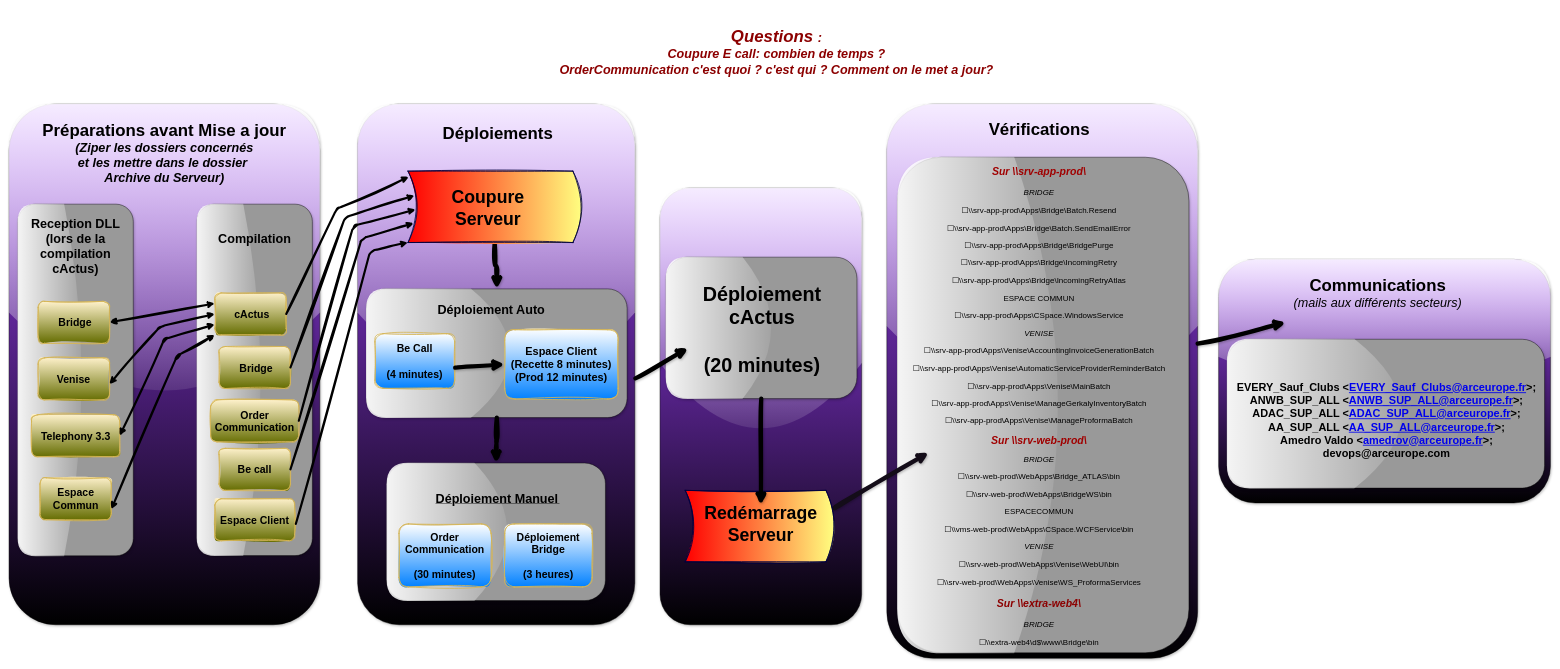
Above: Suivi MEP.drawio in MarcSyndrome/Objectif-du-jour-ARC-EF (draw.io), before the change. Source tidied: cells renumbered, new cells numbered last; positions are measured from the earlier drawing's top-left corner, leaving out a move shared by most shapes. Both pictures are drawn from the tidied source at 42%, with x=0, y=0 at pixel (-100, 7).
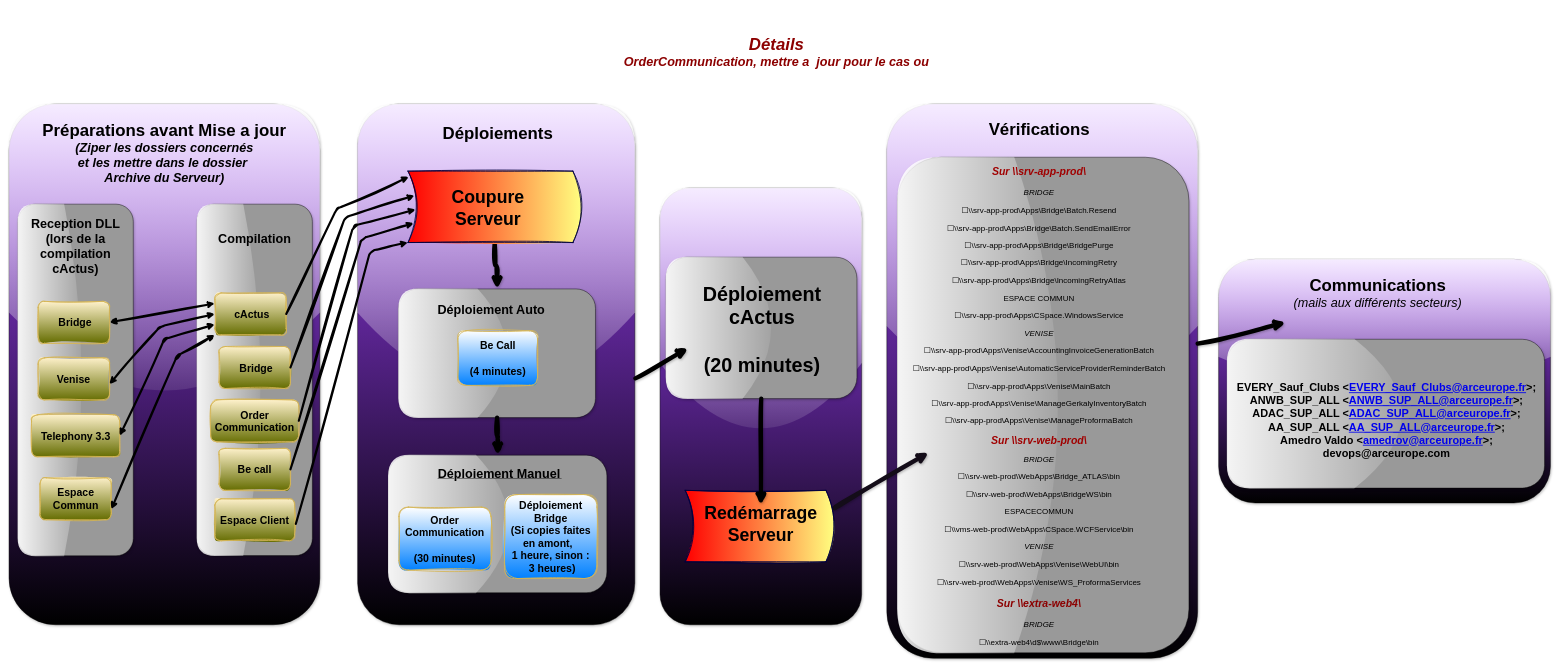
After the change.

Commit message (it also covers changes not shown here):
Mettre à jour Suivi MEP.drawio

What changed in the source:
```diff
@@
     <mxCell id="6" style="rounded=1;whiteSpace=wrap;html=1;rotation=-90;fillColor=#999999;shadow=1;glass=1;" parent="1" vertex="1">
-      <mxGeometry x="1256.2" y="988.8" width="327.5" height="520" as="geometry" />
+      <mxGeometry x="1259.7" y="970" width="327.5" height="520" as="geometry" />
     </mxCell>
     <mxCell id="7" style="rounded=1;whiteSpace=wrap;html=1;rotation=-90;fillColor=#999999;shadow=1;glass=1;" parent="1" vertex="1">
-      <mxGeometry x="1268.2" y="513.3" width="306.3" height="620.4" as="geometry" />
+      <mxGeometry x="1268.9" y="589.4" width="306.3" height="468.4" as="geometry" />
     </mxCell>
@@
     <mxCell id="31" value="&lt;u&gt;&lt;font size=&quot;1&quot;&gt;&lt;b style=&quot;font-size: 30px;&quot;&gt;Déploiement Manuel&lt;/b&gt;&lt;/font&gt;&amp;nbsp; &lt;/u&gt;" style="text;html=1;strokeColor=none;fillColor=none;align=center;verticalAlign=middle;whiteSpace=wrap;rounded=1;" parent="1" vertex="1">
-      <mxGeometry x="1254.9" y="1140" width="337.1" height="60" as="geometry" />
+      <mxGeometry x="1259.7" y="1080" width="337.1" height="60" as="geometry" />
     </mxCell>
-    <mxCell id="32" value="&lt;div style=&quot;font-size: 25px;&quot;&gt;&lt;font style=&quot;font-size: 25px;&quot;&gt;&lt;b&gt;Déploiement Bridge&lt;/b&gt;&lt;/font&gt;&lt;/div&gt;&lt;div style=&quot;font-size: 25px;&quot;&gt;&lt;font style=&quot;font-size: 25px;&quot;&gt;&lt;b&gt;&lt;br&gt;&lt;/b&gt;&lt;b&gt;&lt;font style=&quot;font-size: 25px;&quot;&gt; &lt;/font&gt;&lt;/b&gt;&lt;/font&gt;&lt;/div&gt;&lt;div style=&quot;font-size: 25px;&quot;&gt;&lt;font style=&quot;font-size: 25px;&quot;&gt;&lt;b&gt;&lt;font style=&quot;font-size: 25px;&quot;&gt;(3 heures)&lt;/font&gt;&lt;/b&gt;&lt;/font&gt;&lt;/div&gt;" style="rounded=1;whiteSpace=wrap;html=1;fillColor=#0080ff;strokeColor=#d6b656;gradientColor=#ffffff;sketch=1;curveFitting=1;jiggle=2;shadow=0;strokeWidth=2;fillStyle=solid;gradientDirection=north;" parent="1" vertex="1">
-      <mxGeometry x="1440.2" y="1230" width="208.1" height="150" as="geometry" />
+    <mxCell id="32" value="&lt;div style=&quot;font-size: 25px;&quot;&gt;&lt;font style=&quot;font-size: 25px;&quot;&gt;&lt;b&gt;Déploiement Bridge&lt;/b&gt;&lt;/font&gt;&lt;/div&gt;&lt;div style=&quot;font-size: 25px;&quot;&gt;&lt;font style=&quot;font-size: 25px;&quot;&gt;&lt;b&gt;(Si copies faites en amont,&amp;nbsp;&amp;nbsp;&lt;/b&gt;&lt;/font&gt;&lt;/div&gt;&lt;div style=&quot;font-size: 25px;&quot;&gt;&lt;font style=&quot;font-size: 25px;&quot;&gt;&lt;b&gt;1 heure, sinon :&lt;/b&gt;&lt;/font&gt;&lt;/div&gt;&lt;div style=&quot;font-size: 25px;&quot;&gt;&lt;font style=&quot;font-size: 25px;&quot;&gt;&lt;b&gt;&amp;nbsp;3 heures)&lt;br&gt;&lt;/b&gt;&lt;/font&gt;&lt;/div&gt;" style="rounded=1;whiteSpace=wrap;html=1;fillColor=#0080ff;strokeColor=#d6b656;gradientColor=#ffffff;sketch=1;curveFitting=1;jiggle=2;shadow=0;strokeWidth=2;fillStyle=solid;gradientDirection=north;" parent="1" vertex="1">
+      <mxGeometry x="1440.2" y="1160" width="219.8" height="200" as="geometry" />
     </mxCell>
     <mxCell id="33" value="&lt;div style=&quot;font-size: 25px;&quot;&gt;&lt;font style=&quot;font-size: 25px;&quot;&gt;&lt;b&gt;Order&lt;/b&gt;&lt;/font&gt;&lt;/div&gt;&lt;div style=&quot;font-size: 25px;&quot;&gt;&lt;font style=&quot;font-size: 25px;&quot;&gt;&lt;b&gt;Communication&lt;/b&gt;&lt;/font&gt;&lt;/div&gt;&lt;div style=&quot;font-size: 25px;&quot;&gt;&lt;font style=&quot;font-size: 25px;&quot;&gt;&lt;b&gt;&lt;br&gt;&lt;/b&gt;&lt;b&gt;&lt;font style=&quot;font-size: 25px;&quot;&gt; &lt;/font&gt;&lt;/b&gt;&lt;/font&gt;&lt;/div&gt;&lt;div style=&quot;font-size: 25px;&quot;&gt;&lt;font style=&quot;font-size: 25px;&quot;&gt;&lt;b&gt;&lt;font style=&quot;font-size: 25px;&quot;&gt;(30 minutes)&lt;/font&gt;&lt;/b&gt;&lt;/font&gt;&lt;/div&gt;" style="rounded=1;whiteSpace=wrap;html=1;fillColor=#0080ff;strokeColor=#d6b656;gradientColor=#ffffff;sketch=1;curveFitting=1;jiggle=2;shadow=0;strokeWidth=2;fillStyle=solid;gradientDirection=north;" parent="1" vertex="1">
-      <mxGeometry x="1188.5" y="1230" width="219.2" height="150" as="geometry" />
+      <mxGeometry x="1188.5" y="1190" width="219.2" height="150" as="geometry" />
     </mxCell>
     <mxCell id="34" value="&lt;div style=&quot;font-size: 25px;&quot;&gt;&lt;font style=&quot;font-size: 25px;&quot;&gt;&lt;b&gt;Be Call&lt;/b&gt;&lt;/font&gt;&lt;/div&gt;&lt;div style=&quot;font-size: 25px;&quot;&gt;&lt;font style=&quot;font-size: 25px;&quot;&gt;&lt;b&gt;&lt;br&gt;&lt;/b&gt;&lt;b&gt;&lt;font style=&quot;font-size: 25px;&quot;&gt; &lt;/font&gt;&lt;/b&gt;&lt;/font&gt;&lt;/div&gt;&lt;div style=&quot;font-size: 25px;&quot;&gt;&lt;font style=&quot;font-size: 25px;&quot;&gt;&lt;b&gt;&lt;font style=&quot;font-size: 25px;&quot;&gt;(4 minutes)&lt;/font&gt;&lt;/b&gt;&lt;/font&gt;&lt;/div&gt;" style="rounded=1;whiteSpace=wrap;html=1;fillColor=#0080ff;strokeColor=#d6b656;gradientColor=#ffffff;sketch=1;curveFitting=1;jiggle=2;shadow=0;strokeWidth=2;fillStyle=solid;gradientDirection=north;" parent="1" vertex="1">
-      <mxGeometry x="1131.2" y="777" width="190" height="130" as="geometry" />
+      <mxGeometry x="1328.5" y="770" width="190" height="130" as="geometry" />
     </mxCell>
-    <mxCell id="35" value="&lt;div style=&quot;font-size: 26px;&quot;&gt;&lt;font style=&quot;font-size: 26px;&quot;&gt;&lt;b&gt;Espace Client&lt;/b&gt;&lt;/font&gt;&lt;/div&gt;&lt;div style=&quot;font-size: 26px;&quot;&gt;&lt;font style=&quot;font-size: 26px;&quot;&gt;&lt;b&gt;&lt;font style=&quot;font-size: 26px;&quot;&gt;(Recette 8 minutes)&lt;/font&gt;&lt;/b&gt;&lt;/font&gt;&lt;/div&gt;&lt;div style=&quot;font-size: 26px;&quot;&gt;&lt;font style=&quot;font-size: 26px;&quot;&gt;&lt;b&gt;&lt;font style=&quot;font-size: 26px;&quot;&gt;(Prod 12 minutes)&lt;/font&gt;&lt;/b&gt;&lt;/font&gt;&lt;/div&gt;" style="rounded=1;whiteSpace=wrap;html=1;fillColor=#0080ff;strokeColor=#d6b656;gradientColor=#ffffff;sketch=1;curveFitting=1;jiggle=2;shadow=0;strokeWidth=2;fillStyle=solid;gradientDirection=north;" parent="1" vertex="1">
-      <mxGeometry x="1440.2" y="767.5" width="270" height="165" as="geometry" />
-    </mxCell>
@@
-    <mxCell id="48" value="&lt;div style=&quot;font-size: 30px;&quot;&gt;&lt;font color=&quot;#8c0000&quot;&gt;&lt;i&gt;&lt;b&gt;&lt;font style=&quot;font-size: 40px;&quot;&gt;Questions &lt;/font&gt;&lt;font style=&quot;font-size: 30px;&quot;&gt;:&lt;/font&gt;&lt;/b&gt;&lt;/i&gt;&lt;/font&gt;&lt;/div&gt;&lt;div style=&quot;font-size: 30px;&quot;&gt;&lt;font color=&quot;#8c0000&quot;&gt;&lt;i&gt;&lt;b&gt;&lt;font style=&quot;font-size: 30px;&quot;&gt;Coupure E call: combien de temps ?&lt;/font&gt;&lt;/b&gt;&lt;/i&gt;&lt;/font&gt;&lt;/div&gt;&lt;div style=&quot;font-size: 30px;&quot;&gt;&lt;font color=&quot;#8c0000&quot;&gt;&lt;i&gt;&lt;b&gt;&lt;font style=&quot;font-size: 30px;&quot;&gt;OrderCommunication c'est quoi ? c'est qui ? Comment on le met a jour?&lt;/font&gt;&lt;/b&gt;&lt;/i&gt;&lt;/font&gt;&lt;/div&gt;" style="text;html=1;strokeColor=none;fillColor=none;align=center;verticalAlign=middle;whiteSpace=wrap;rounded=1;" parent="1" vertex="1">
+    <mxCell id="48" value="&lt;div style=&quot;font-size: 30px;&quot;&gt;&lt;font color=&quot;#8c0000&quot;&gt;&lt;i&gt;&lt;b&gt;&lt;font style=&quot;font-size: 40px;&quot;&gt;Détails&lt;/font&gt;&lt;/b&gt;&lt;/i&gt;&lt;/font&gt;&lt;/div&gt;&lt;div style=&quot;font-size: 30px;&quot;&gt;&lt;font color=&quot;#8c0000&quot;&gt;&lt;i&gt;&lt;b&gt;&lt;font style=&quot;font-size: 30px;&quot;&gt;OrderCommunication, mettre a&amp;nbsp; jour pour le cas ou&lt;br&gt;&lt;/font&gt;&lt;/b&gt;&lt;/i&gt;&lt;/font&gt;&lt;/div&gt;" style="text;html=1;strokeColor=none;fillColor=none;align=center;verticalAlign=middle;whiteSpace=wrap;rounded=1;" parent="1" vertex="1">
       <mxGeometry x="1510" width="1155" height="210" as="geometry" />
     </mxCell>
@@
-    <mxCell id="53" style="endArrow=classic;html=1;rounded=1;entryX=0;entryY=0.5;entryDx=0;entryDy=0;exitX=1.005;exitY=0.623;exitDx=0;exitDy=0;exitPerimeter=0;strokeWidth=10;sketch=1;curveFitting=1;jiggle=2;shadow=1;" parent="1" edge="1" source="34" target="35">
-      <mxGeometry relative="1" as="geometry" />
-    </mxCell>
```
